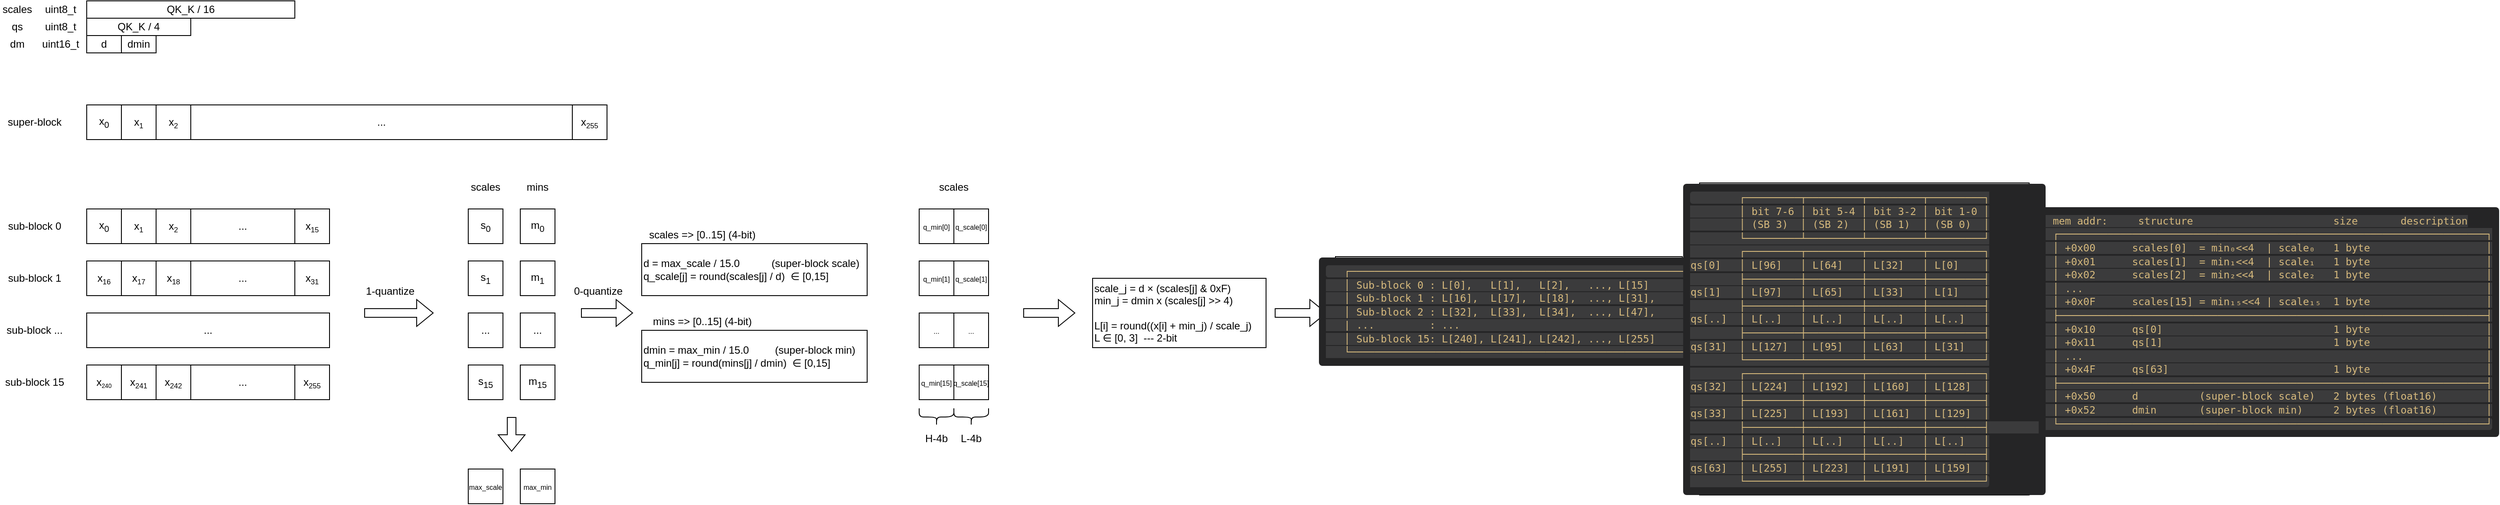
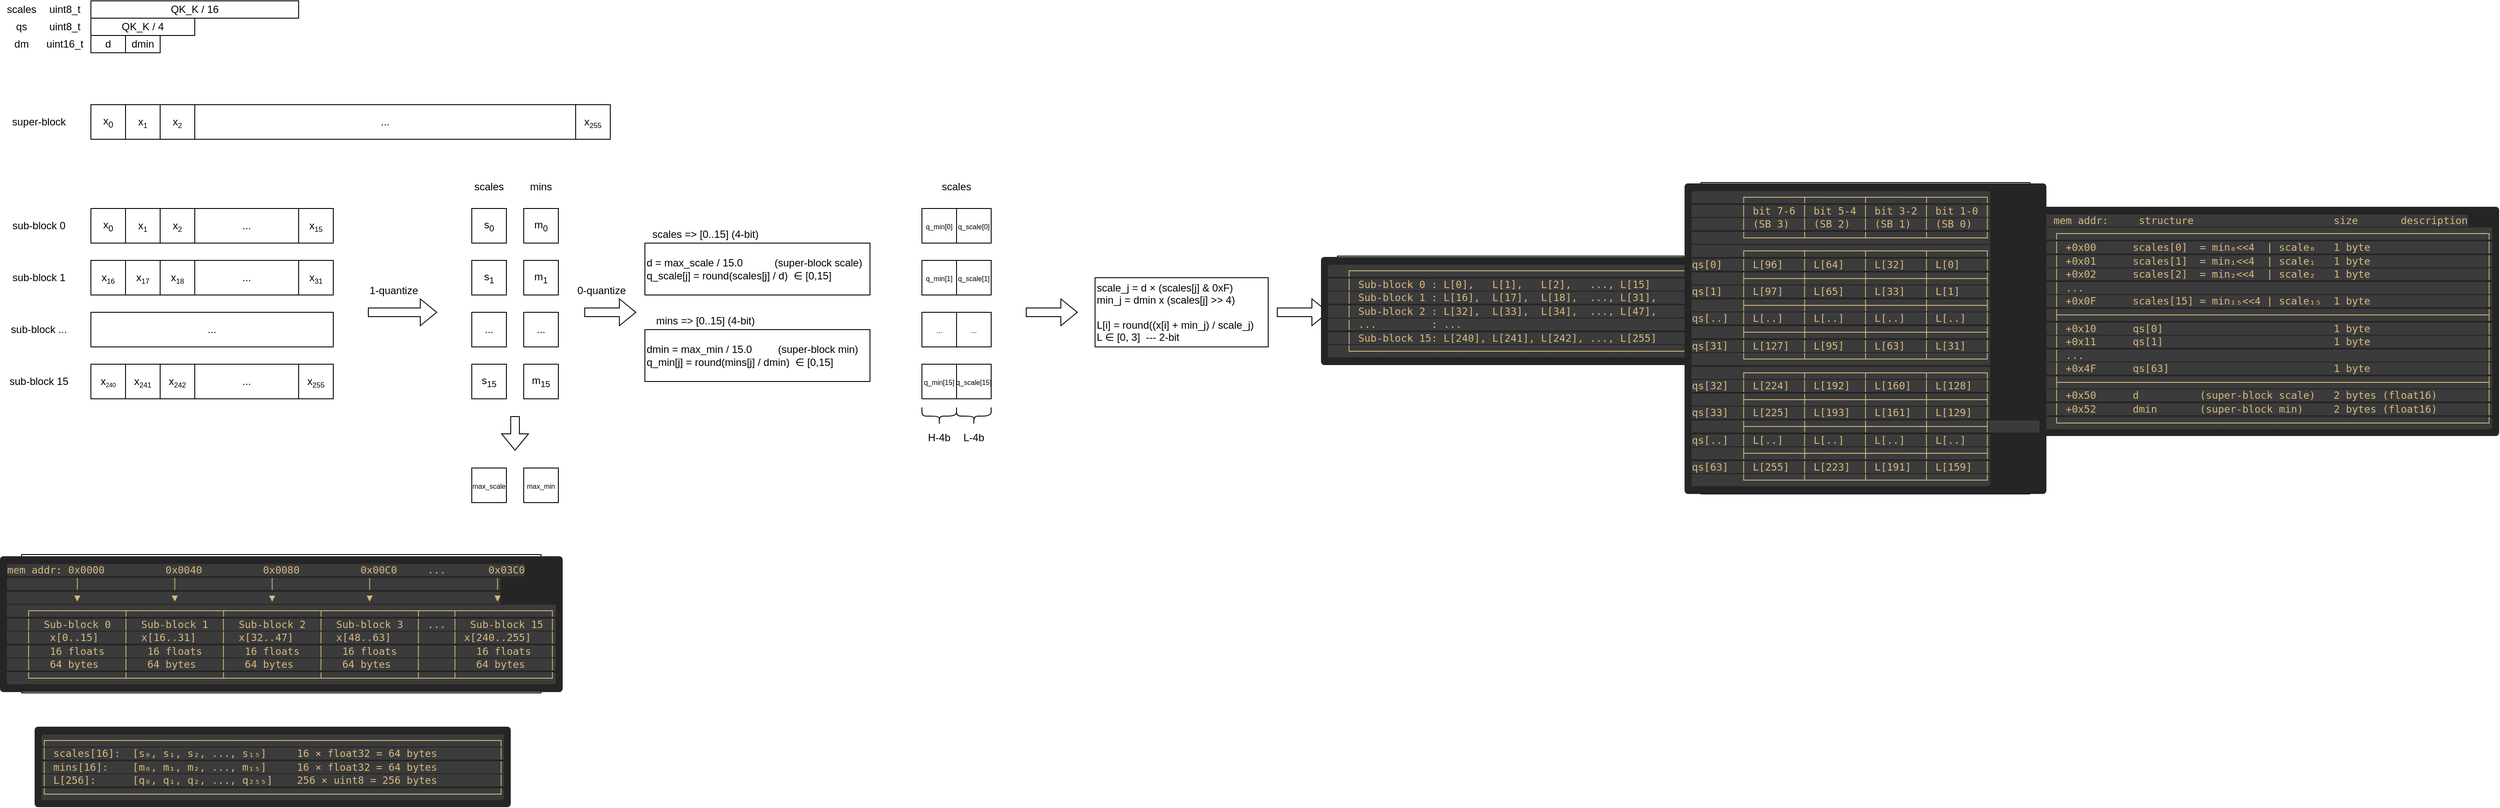
<mxfile host="app.diagrams.net">
  <diagram name="第 1 页" id="Si2-Z7cCXZd2prBrh_IV">
    <mxGraphModel dx="738" dy="1626" grid="1" gridSize="10" guides="1" tooltips="1" connect="1" arrows="1" fold="1" page="1" pageScale="1" pageWidth="827" pageHeight="1169" math="0" shadow="0">
      <root>
        <mxCell id="0" />
        <mxCell id="1" parent="0" />
        <mxCell id="sU8PSUKhDcx1YNUkFXAb-1" parent="1" style="rounded=0;whiteSpace=wrap;html=1;" value="x&lt;sub&gt;0&lt;/sub&gt;" vertex="1">
          <mxGeometry height="40" width="40" x="120" y="40" as="geometry" />
        </mxCell>
        <mxCell id="sU8PSUKhDcx1YNUkFXAb-2" parent="1" style="rounded=0;whiteSpace=wrap;html=1;" value="x&lt;span style=&quot;font-size: 10px;&quot;&gt;&lt;sub&gt;1&lt;/sub&gt;&lt;/span&gt;" vertex="1">
          <mxGeometry height="40" width="40" x="160" y="40" as="geometry" />
        </mxCell>
        <mxCell id="sU8PSUKhDcx1YNUkFXAb-3" parent="1" style="rounded=0;whiteSpace=wrap;html=1;" value="x&lt;span style=&quot;font-size: 10px;&quot;&gt;&lt;sub&gt;2&lt;/sub&gt;&lt;/span&gt;" vertex="1">
          <mxGeometry height="40" width="40" x="200" y="40" as="geometry" />
        </mxCell>
        <mxCell id="sU8PSUKhDcx1YNUkFXAb-4" parent="1" style="rounded=0;whiteSpace=wrap;html=1;" value="..." vertex="1">
          <mxGeometry height="40" width="440" x="240" y="40" as="geometry" />
        </mxCell>
        <mxCell id="sU8PSUKhDcx1YNUkFXAb-5" parent="1" style="rounded=0;whiteSpace=wrap;html=1;" value="x&lt;span style=&quot;font-size: 10px;&quot;&gt;&lt;sub&gt;255&lt;/sub&gt;&lt;/span&gt;" vertex="1">
          <mxGeometry height="40" width="40" x="680" y="40" as="geometry" />
        </mxCell>
        <mxCell id="sU8PSUKhDcx1YNUkFXAb-6" parent="1" style="text;html=1;whiteSpace=wrap;strokeColor=none;fillColor=none;align=center;verticalAlign=middle;rounded=0;" value="super-block" vertex="1">
          <mxGeometry height="40" width="80" x="20" y="40" as="geometry" />
        </mxCell>
        <mxCell id="sU8PSUKhDcx1YNUkFXAb-7" parent="1" style="rounded=0;whiteSpace=wrap;html=1;" value="x&lt;sub&gt;0&lt;/sub&gt;" vertex="1">
          <mxGeometry height="40" width="40" x="120" y="160" as="geometry" />
        </mxCell>
        <mxCell id="sU8PSUKhDcx1YNUkFXAb-8" parent="1" style="rounded=0;whiteSpace=wrap;html=1;" value="x&lt;span style=&quot;font-size: 10px;&quot;&gt;&lt;sub&gt;1&lt;/sub&gt;&lt;/span&gt;" vertex="1">
          <mxGeometry height="40" width="40" x="160" y="160" as="geometry" />
        </mxCell>
        <mxCell id="sU8PSUKhDcx1YNUkFXAb-9" parent="1" style="rounded=0;whiteSpace=wrap;html=1;" value="x&lt;span style=&quot;font-size: 10px;&quot;&gt;&lt;sub&gt;2&lt;/sub&gt;&lt;/span&gt;" vertex="1">
          <mxGeometry height="40" width="40" x="200" y="160" as="geometry" />
        </mxCell>
        <mxCell id="sU8PSUKhDcx1YNUkFXAb-10" parent="1" style="rounded=0;whiteSpace=wrap;html=1;" value="..." vertex="1">
          <mxGeometry height="40" width="120" x="240" y="160" as="geometry" />
        </mxCell>
        <mxCell id="sU8PSUKhDcx1YNUkFXAb-11" parent="1" style="rounded=0;whiteSpace=wrap;html=1;" value="x&lt;span style=&quot;font-size: 10px;&quot;&gt;&lt;sub&gt;15&lt;/sub&gt;&lt;/span&gt;" vertex="1">
          <mxGeometry height="40" width="40" x="360" y="160" as="geometry" />
        </mxCell>
        <mxCell id="sU8PSUKhDcx1YNUkFXAb-12" parent="1" style="rounded=0;whiteSpace=wrap;html=1;" value="x&lt;span style=&quot;font-size: 10px;&quot;&gt;&lt;sub&gt;16&lt;/sub&gt;&lt;/span&gt;" vertex="1">
          <mxGeometry height="40" width="40" x="120" y="220" as="geometry" />
        </mxCell>
        <mxCell id="sU8PSUKhDcx1YNUkFXAb-13" parent="1" style="rounded=0;whiteSpace=wrap;html=1;" value="x&lt;span style=&quot;font-size: 10px;&quot;&gt;&lt;sub&gt;17&lt;/sub&gt;&lt;/span&gt;" vertex="1">
          <mxGeometry height="40" width="40" x="160" y="220" as="geometry" />
        </mxCell>
        <mxCell id="sU8PSUKhDcx1YNUkFXAb-14" parent="1" style="rounded=0;whiteSpace=wrap;html=1;" value="x&lt;span style=&quot;font-size: 10px;&quot;&gt;&lt;sub&gt;18&lt;/sub&gt;&lt;/span&gt;" vertex="1">
          <mxGeometry height="40" width="40" x="200" y="220" as="geometry" />
        </mxCell>
        <mxCell id="sU8PSUKhDcx1YNUkFXAb-15" parent="1" style="rounded=0;whiteSpace=wrap;html=1;" value="..." vertex="1">
          <mxGeometry height="40" width="120" x="240" y="220" as="geometry" />
        </mxCell>
        <mxCell id="sU8PSUKhDcx1YNUkFXAb-16" parent="1" style="rounded=0;whiteSpace=wrap;html=1;" value="x&lt;span style=&quot;font-size: 10px;&quot;&gt;&lt;sub&gt;31&lt;/sub&gt;&lt;/span&gt;" vertex="1">
          <mxGeometry height="40" width="40" x="360" y="220" as="geometry" />
        </mxCell>
        <mxCell id="sU8PSUKhDcx1YNUkFXAb-17" parent="1" style="rounded=0;whiteSpace=wrap;html=1;" value="..." vertex="1">
          <mxGeometry height="40" width="280" x="120" y="280" as="geometry" />
        </mxCell>
        <mxCell id="sU8PSUKhDcx1YNUkFXAb-18" parent="1" style="rounded=0;whiteSpace=wrap;html=1;" value="x&lt;span style=&quot;font-size: 8.33333px;&quot;&gt;&lt;sub&gt;240&lt;/sub&gt;&lt;/span&gt;" vertex="1">
          <mxGeometry height="40" width="40" x="120" y="340" as="geometry" />
        </mxCell>
        <mxCell id="sU8PSUKhDcx1YNUkFXAb-19" parent="1" style="rounded=0;whiteSpace=wrap;html=1;" value="x&lt;span style=&quot;font-size: 10px;&quot;&gt;&lt;sub&gt;241&lt;/sub&gt;&lt;/span&gt;" vertex="1">
          <mxGeometry height="40" width="40" x="160" y="340" as="geometry" />
        </mxCell>
        <mxCell id="sU8PSUKhDcx1YNUkFXAb-20" parent="1" style="rounded=0;whiteSpace=wrap;html=1;" value="x&lt;span style=&quot;font-size: 10px;&quot;&gt;&lt;sub&gt;242&lt;/sub&gt;&lt;/span&gt;" vertex="1">
          <mxGeometry height="40" width="40" x="200" y="340" as="geometry" />
        </mxCell>
        <mxCell id="sU8PSUKhDcx1YNUkFXAb-21" parent="1" style="rounded=0;whiteSpace=wrap;html=1;" value="..." vertex="1">
          <mxGeometry height="40" width="120" x="240" y="340" as="geometry" />
        </mxCell>
        <mxCell id="sU8PSUKhDcx1YNUkFXAb-22" parent="1" style="rounded=0;whiteSpace=wrap;html=1;" value="x&lt;span style=&quot;font-size: 10px;&quot;&gt;&lt;sub&gt;255&lt;/sub&gt;&lt;/span&gt;" vertex="1">
          <mxGeometry height="40" width="40" x="360" y="340" as="geometry" />
        </mxCell>
        <mxCell id="sU8PSUKhDcx1YNUkFXAb-23" parent="1" style="text;html=1;whiteSpace=wrap;strokeColor=none;fillColor=none;align=center;verticalAlign=middle;rounded=0;" value="sub-block 0" vertex="1">
          <mxGeometry height="40" width="80" x="20" y="160" as="geometry" />
        </mxCell>
        <mxCell id="sU8PSUKhDcx1YNUkFXAb-24" parent="1" style="text;html=1;whiteSpace=wrap;strokeColor=none;fillColor=none;align=center;verticalAlign=middle;rounded=0;" value="sub-block 1" vertex="1">
          <mxGeometry height="40" width="80" x="20" y="220" as="geometry" />
        </mxCell>
        <mxCell id="sU8PSUKhDcx1YNUkFXAb-25" parent="1" style="text;html=1;whiteSpace=wrap;strokeColor=none;fillColor=none;align=center;verticalAlign=middle;rounded=0;" value="sub-block 15" vertex="1">
          <mxGeometry height="40" width="80" x="20" y="340" as="geometry" />
        </mxCell>
        <mxCell id="sU8PSUKhDcx1YNUkFXAb-26" parent="1" style="text;html=1;whiteSpace=wrap;strokeColor=none;fillColor=none;align=center;verticalAlign=middle;rounded=0;" value="sub-block ..." vertex="1">
          <mxGeometry height="40" width="80" x="20" y="280" as="geometry" />
        </mxCell>
        <mxCell id="sU8PSUKhDcx1YNUkFXAb-27" parent="1" style="rounded=0;whiteSpace=wrap;html=1;" value="QK_K / 16" vertex="1">
          <mxGeometry height="20" width="240" x="120" y="-80" as="geometry" />
        </mxCell>
        <mxCell id="sU8PSUKhDcx1YNUkFXAb-28" parent="1" style="rounded=0;whiteSpace=wrap;html=1;" value="QK_K / 4" vertex="1">
          <mxGeometry height="20" width="120" x="120" y="-60" as="geometry" />
        </mxCell>
        <mxCell id="sU8PSUKhDcx1YNUkFXAb-29" parent="1" style="rounded=0;whiteSpace=wrap;html=1;" value="d" vertex="1">
          <mxGeometry height="20" width="40" x="120" y="-40" as="geometry" />
        </mxCell>
        <mxCell id="sU8PSUKhDcx1YNUkFXAb-30" parent="1" style="rounded=0;whiteSpace=wrap;html=1;" value="dmin" vertex="1">
          <mxGeometry height="20" width="40" x="160" y="-40" as="geometry" />
        </mxCell>
        <mxCell id="sU8PSUKhDcx1YNUkFXAb-32" parent="1" style="text;html=1;whiteSpace=wrap;strokeColor=none;fillColor=none;align=center;verticalAlign=middle;rounded=0;" value="scales" vertex="1">
          <mxGeometry height="20" width="40" x="20" y="-80" as="geometry" />
        </mxCell>
        <mxCell id="sU8PSUKhDcx1YNUkFXAb-33" parent="1" style="text;html=1;whiteSpace=wrap;strokeColor=none;fillColor=none;align=center;verticalAlign=middle;rounded=0;" value="qs" vertex="1">
          <mxGeometry height="20" width="40" x="20" y="-60" as="geometry" />
        </mxCell>
        <mxCell id="sU8PSUKhDcx1YNUkFXAb-34" parent="1" style="text;html=1;whiteSpace=wrap;strokeColor=none;fillColor=none;align=center;verticalAlign=middle;rounded=0;" value="dm" vertex="1">
          <mxGeometry height="20" width="40" x="20" y="-40" as="geometry" />
        </mxCell>
        <mxCell id="sU8PSUKhDcx1YNUkFXAb-35" parent="1" style="text;html=1;whiteSpace=wrap;strokeColor=none;fillColor=none;align=center;verticalAlign=middle;rounded=0;" value="uint8_t" vertex="1">
          <mxGeometry height="20" width="60" x="60" y="-80" as="geometry" />
        </mxCell>
        <mxCell id="sU8PSUKhDcx1YNUkFXAb-36" parent="1" style="text;html=1;whiteSpace=wrap;strokeColor=none;fillColor=none;align=center;verticalAlign=middle;rounded=0;" value="uint8_t" vertex="1">
          <mxGeometry height="20" width="60" x="60" y="-60" as="geometry" />
        </mxCell>
        <mxCell id="sU8PSUKhDcx1YNUkFXAb-37" parent="1" style="text;html=1;whiteSpace=wrap;strokeColor=none;fillColor=none;align=center;verticalAlign=middle;rounded=0;" value="uint16_t" vertex="1">
          <mxGeometry height="20" width="60" x="60" y="-40" as="geometry" />
        </mxCell>
        <mxCell id="sU8PSUKhDcx1YNUkFXAb-38" edge="1" parent="1" style="shape=flexArrow;endArrow=classic;html=1;rounded=0;" value="">
          <mxGeometry height="50" relative="1" width="50" as="geometry">
            <mxPoint x="440" y="280" as="sourcePoint" />
            <mxPoint x="520" y="280" as="targetPoint" />
          </mxGeometry>
        </mxCell>
        <mxCell id="sU8PSUKhDcx1YNUkFXAb-39" parent="1" style="rounded=0;whiteSpace=wrap;html=1;" value="s&lt;sub&gt;0&lt;/sub&gt;" vertex="1">
          <mxGeometry height="40" width="40" x="560" y="160" as="geometry" />
        </mxCell>
        <mxCell id="sU8PSUKhDcx1YNUkFXAb-41" parent="1" style="rounded=0;whiteSpace=wrap;html=1;" value="s&lt;sub&gt;1&lt;/sub&gt;" vertex="1">
          <mxGeometry height="40" width="40" x="560" y="220" as="geometry" />
        </mxCell>
        <mxCell id="sU8PSUKhDcx1YNUkFXAb-42" parent="1" style="rounded=0;whiteSpace=wrap;html=1;" value="..." vertex="1">
          <mxGeometry height="40" width="40" x="560" y="280" as="geometry" />
        </mxCell>
        <mxCell id="sU8PSUKhDcx1YNUkFXAb-43" parent="1" style="rounded=0;whiteSpace=wrap;html=1;" value="s&lt;sub&gt;15&lt;/sub&gt;" vertex="1">
          <mxGeometry height="40" width="40" x="560" y="340" as="geometry" />
        </mxCell>
        <mxCell id="sU8PSUKhDcx1YNUkFXAb-44" parent="1" style="text;html=1;whiteSpace=wrap;strokeColor=none;fillColor=none;align=center;verticalAlign=middle;rounded=0;" value="scales" vertex="1">
          <mxGeometry height="30" width="60" x="550" y="120" as="geometry" />
        </mxCell>
        <mxCell id="sU8PSUKhDcx1YNUkFXAb-46" parent="1" style="rounded=0;whiteSpace=wrap;html=1;" value="m&lt;sub&gt;0&lt;/sub&gt;" vertex="1">
          <mxGeometry height="40" width="40" x="620" y="160" as="geometry" />
        </mxCell>
        <mxCell id="sU8PSUKhDcx1YNUkFXAb-47" parent="1" style="rounded=0;whiteSpace=wrap;html=1;" value="m&lt;sub&gt;1&lt;/sub&gt;" vertex="1">
          <mxGeometry height="40" width="40" x="620" y="220" as="geometry" />
        </mxCell>
        <mxCell id="sU8PSUKhDcx1YNUkFXAb-48" parent="1" style="rounded=0;whiteSpace=wrap;html=1;" value="..." vertex="1">
          <mxGeometry height="40" width="40" x="620" y="280" as="geometry" />
        </mxCell>
        <mxCell id="sU8PSUKhDcx1YNUkFXAb-49" parent="1" style="rounded=0;whiteSpace=wrap;html=1;" value="m&lt;sub&gt;15&lt;/sub&gt;" vertex="1">
          <mxGeometry height="40" width="40" x="620" y="340" as="geometry" />
        </mxCell>
        <mxCell id="sU8PSUKhDcx1YNUkFXAb-50" parent="1" style="text;html=1;whiteSpace=wrap;strokeColor=none;fillColor=none;align=center;verticalAlign=middle;rounded=0;" value="mins" vertex="1">
          <mxGeometry height="30" width="60" x="610" y="120" as="geometry" />
        </mxCell>
        <mxCell id="sU8PSUKhDcx1YNUkFXAb-52" edge="1" parent="1" style="shape=flexArrow;endArrow=classic;html=1;rounded=0;" value="">
          <mxGeometry height="50" relative="1" width="50" as="geometry">
            <mxPoint x="610" y="400" as="sourcePoint" />
            <mxPoint x="610" y="440" as="targetPoint" />
          </mxGeometry>
        </mxCell>
        <mxCell id="sU8PSUKhDcx1YNUkFXAb-53" parent="1" style="rounded=0;whiteSpace=wrap;html=1;" value="&lt;font style=&quot;font-size: 8px;&quot;&gt;max_scale&lt;/font&gt;" vertex="1">
          <mxGeometry height="40" width="40" x="560" y="460" as="geometry" />
        </mxCell>
        <mxCell id="sU8PSUKhDcx1YNUkFXAb-55" parent="1" style="rounded=0;whiteSpace=wrap;html=1;" value="&lt;font style=&quot;font-size: 8px;&quot;&gt;max_min&lt;/font&gt;" vertex="1">
          <mxGeometry height="40" width="40" x="620" y="460" as="geometry" />
        </mxCell>
        <mxCell id="sU8PSUKhDcx1YNUkFXAb-57" edge="1" parent="1" style="shape=flexArrow;endArrow=classic;html=1;rounded=0;" value="">
          <mxGeometry height="50" relative="1" width="50" as="geometry">
            <mxPoint x="690" y="280" as="sourcePoint" />
            <mxPoint x="750" y="280" as="targetPoint" />
          </mxGeometry>
        </mxCell>
        <mxCell id="sU8PSUKhDcx1YNUkFXAb-58" parent="1" style="whiteSpace=wrap;html=1;align=left;" value="d = max_scale / 15.0&amp;nbsp;&amp;nbsp; &amp;nbsp; &amp;nbsp; &amp;nbsp; &amp;nbsp; (super-block scale)&lt;br&gt;q_scale[j] = round(scales[j] / d)&amp;nbsp; ∈ [0,15]" vertex="1">
          <mxGeometry height="60" width="260" x="760" y="200" as="geometry" />
        </mxCell>
        <mxCell id="sU8PSUKhDcx1YNUkFXAb-59" parent="1" style="whiteSpace=wrap;html=1;align=left;" value="dmin = max_min / 15.0&amp;nbsp; &amp;nbsp; &amp;nbsp; &amp;nbsp; &amp;nbsp;(super-block min)&amp;nbsp;&lt;br&gt;q_min[j] = round(mins[j] / dmin)&amp;nbsp; ∈ [0,15]" vertex="1">
          <mxGeometry height="60" width="260" x="760" y="300" as="geometry" />
        </mxCell>
        <mxCell id="sU8PSUKhDcx1YNUkFXAb-61" parent="1" style="text;html=1;whiteSpace=wrap;strokeColor=none;fillColor=none;align=center;verticalAlign=middle;rounded=0;" value="scales =&amp;gt; [0..15] (4-bit)" vertex="1">
          <mxGeometry height="20" width="140" x="760" y="180" as="geometry" />
        </mxCell>
        <mxCell id="sU8PSUKhDcx1YNUkFXAb-62" parent="1" style="text;html=1;whiteSpace=wrap;strokeColor=none;fillColor=none;align=center;verticalAlign=middle;rounded=0;" value="mins =&amp;gt; [0..15] (4-bit)" vertex="1">
          <mxGeometry height="20" width="140" x="760" y="280" as="geometry" />
        </mxCell>
        <mxCell id="sU8PSUKhDcx1YNUkFXAb-63" parent="1" style="whiteSpace=wrap;html=1;" value="&lt;font style=&quot;font-size: 8px;&quot;&gt;q_min[0]&lt;/font&gt;" vertex="1">
          <mxGeometry height="40" width="40" x="1080" y="160" as="geometry" />
        </mxCell>
        <mxCell id="sU8PSUKhDcx1YNUkFXAb-65" parent="1" style="whiteSpace=wrap;html=1;" value="&lt;font style=&quot;font-size: 8px;&quot;&gt;q_scale[0]&lt;/font&gt;" vertex="1">
          <mxGeometry height="40" width="40" x="1120" y="160" as="geometry" />
        </mxCell>
        <mxCell id="sU8PSUKhDcx1YNUkFXAb-71" parent="1" style="text;html=1;whiteSpace=wrap;strokeColor=none;fillColor=none;align=center;verticalAlign=middle;rounded=0;" value="scales" vertex="1">
          <mxGeometry height="30" width="60" x="1090" y="120" as="geometry" />
        </mxCell>
        <mxCell id="sU8PSUKhDcx1YNUkFXAb-72" parent="1" style="whiteSpace=wrap;html=1;" value="&lt;font style=&quot;font-size: 8px;&quot;&gt;q_min[1]&lt;/font&gt;" vertex="1">
          <mxGeometry height="40" width="40" x="1080" y="220" as="geometry" />
        </mxCell>
        <mxCell id="sU8PSUKhDcx1YNUkFXAb-73" parent="1" style="whiteSpace=wrap;html=1;" value="&lt;font style=&quot;font-size: 8px;&quot;&gt;q_scale[1]&lt;/font&gt;" vertex="1">
          <mxGeometry height="40" width="40" x="1120" y="220" as="geometry" />
        </mxCell>
        <mxCell id="sU8PSUKhDcx1YNUkFXAb-74" parent="1" style="whiteSpace=wrap;html=1;" value="&lt;span style=&quot;font-size: 8px;&quot;&gt;...&lt;/span&gt;" vertex="1">
          <mxGeometry height="40" width="40" x="1080" y="280" as="geometry" />
        </mxCell>
        <mxCell id="sU8PSUKhDcx1YNUkFXAb-75" parent="1" style="whiteSpace=wrap;html=1;" value="&lt;font style=&quot;font-size: 8px;&quot;&gt;...&lt;/font&gt;" vertex="1">
          <mxGeometry height="40" width="40" x="1120" y="280" as="geometry" />
        </mxCell>
        <mxCell id="sU8PSUKhDcx1YNUkFXAb-76" parent="1" style="whiteSpace=wrap;html=1;" value="&lt;font style=&quot;font-size: 8px;&quot;&gt;q_min[15]&lt;/font&gt;" vertex="1">
          <mxGeometry height="40" width="40" x="1080" y="340" as="geometry" />
        </mxCell>
        <mxCell id="sU8PSUKhDcx1YNUkFXAb-77" parent="1" style="whiteSpace=wrap;html=1;" value="&lt;font style=&quot;font-size: 8px;&quot;&gt;q_scale[15]&lt;/font&gt;" vertex="1">
          <mxGeometry height="40" width="40" x="1120" y="340" as="geometry" />
        </mxCell>
        <mxCell id="sU8PSUKhDcx1YNUkFXAb-78" parent="1" style="shape=curlyBracket;whiteSpace=wrap;html=1;rounded=1;flipH=1;labelPosition=right;verticalLabelPosition=middle;align=left;verticalAlign=middle;legacyAnchorPoints=0;rotation=90;" value="" vertex="1">
          <mxGeometry height="40" width="20" x="1090" y="380" as="geometry" />
        </mxCell>
        <mxCell id="sU8PSUKhDcx1YNUkFXAb-79" parent="1" style="shape=curlyBracket;whiteSpace=wrap;html=1;rounded=1;flipH=1;labelPosition=right;verticalLabelPosition=middle;align=left;verticalAlign=middle;legacyAnchorPoints=0;rotation=90;" value="" vertex="1">
          <mxGeometry height="40" width="20" x="1130" y="380" as="geometry" />
        </mxCell>
        <mxCell id="sU8PSUKhDcx1YNUkFXAb-80" parent="1" style="text;html=1;whiteSpace=wrap;strokeColor=none;fillColor=none;align=center;verticalAlign=middle;rounded=0;" value="H-4b" vertex="1">
          <mxGeometry height="30" width="40" x="1080" y="410" as="geometry" />
        </mxCell>
        <mxCell id="sU8PSUKhDcx1YNUkFXAb-81" parent="1" style="text;html=1;whiteSpace=wrap;strokeColor=none;fillColor=none;align=center;verticalAlign=middle;rounded=0;" value="L-4b" vertex="1">
          <mxGeometry height="30" width="40" x="1120" y="410" as="geometry" />
        </mxCell>
        <mxCell id="sU8PSUKhDcx1YNUkFXAb-82" parent="1" style="text;html=1;whiteSpace=wrap;strokeColor=none;fillColor=none;align=center;verticalAlign=middle;rounded=0;" value="1-quantize" vertex="1">
          <mxGeometry height="30" width="80" x="430" y="240" as="geometry" />
        </mxCell>
        <mxCell id="sU8PSUKhDcx1YNUkFXAb-83" parent="1" style="text;html=1;whiteSpace=wrap;strokeColor=none;fillColor=none;align=center;verticalAlign=middle;rounded=0;" value="0-quantize" vertex="1">
          <mxGeometry height="30" width="60" x="680" y="240" as="geometry" />
        </mxCell>
        <mxCell id="sU8PSUKhDcx1YNUkFXAb-85" edge="1" parent="1" style="shape=flexArrow;endArrow=classic;html=1;rounded=0;" value="">
          <mxGeometry height="50" relative="1" width="50" as="geometry">
            <mxPoint x="1200" y="280" as="sourcePoint" />
            <mxPoint x="1260" y="280" as="targetPoint" />
          </mxGeometry>
        </mxCell>
        <mxCell id="sU8PSUKhDcx1YNUkFXAb-86" parent="1" style="rounded=0;whiteSpace=wrap;html=1;align=left;" value="scale_j = d × (scales[j] &amp;amp; 0xF)&lt;br&gt;min_j = dmin x (scales[j] &amp;gt;&amp;gt; 4)&lt;br&gt;&lt;br&gt;L[i] = round((x[i] + min_j) / scale_j)&lt;br&gt;L ∈ [0, 3]&amp;nbsp; --- 2-bit&amp;nbsp;" vertex="1">
          <mxGeometry height="80" width="200" x="1280" y="240" as="geometry" />
        </mxCell>
        <mxCell id="sU8PSUKhDcx1YNUkFXAb-87" edge="1" parent="1" style="shape=flexArrow;endArrow=classic;html=1;rounded=0;" value="">
          <mxGeometry height="50" relative="1" width="50" as="geometry">
            <mxPoint x="1490" y="280" as="sourcePoint" />
            <mxPoint x="1550" y="280" as="targetPoint" />
          </mxGeometry>
        </mxCell>
        <mxCell id="sU8PSUKhDcx1YNUkFXAb-156" parent="1" style="rounded=0;whiteSpace=wrap;html=1;" value="&lt;pre style=&quot;overflow-x: auto; box-sizing: border-box; border-radius: 4px; max-width: 100%; margin: 0px; padding: 8px; color: rgb(204, 204, 204); font-size: 13px; text-align: start; background-color: rgb(37, 37, 38);&quot;&gt;&lt;code style=&quot;color: rgb(215, 186, 125); background-color: rgba(255, 255, 255, 0.1); padding: 0px; border-radius: 3px; word-break: break-word; font-size: 0.9em;&quot;&gt;   mem addr:     structure                       size       description&lt;br&gt;   ┌──────────────────────────────────────────────────────────────────────┐&lt;br&gt;   │ +0x00      scales[0]  = min₀&amp;lt;&amp;lt;4  | scale₀   1 byte                   │&lt;br&gt;   │ +0x01      scales[1]  = min₁&amp;lt;&amp;lt;4  | scale₁   1 byte                   │&lt;br&gt;   │ +0x02      scales[2]  = min₂&amp;lt;&amp;lt;4  | scale₂   1 byte                   │&lt;br&gt;   │ ...                                                                  │&lt;br&gt;   │ +0x0F      scales[15] = min₁₅&amp;lt;&amp;lt;4 | scale₁₅  1 byte                   │&lt;br&gt;   ├──────────────────────────────────────────────────────────────────────┤&lt;br&gt;   │ +0x10      qs[0]                            1 byte                   │&lt;br&gt;   │ +0x11      qs[1]                            1 byte                   │&lt;br&gt;   │ ...                                                                  │&lt;br&gt;   │ +0x4F      qs[63]                           1 byte                   │&lt;br&gt;   ├──────────────────────────────────────────────────────────────────────┤&lt;br&gt;   │ +0x50      d          (super-block scale)   2 bytes (float16)        │&lt;br&gt;   │ +0x52      dmin       (super-block min)     2 bytes (float16)        │&lt;br&gt;   └──────────────────────────────────────────────────────────────────────┘&lt;/code&gt;&lt;/pre&gt;" vertex="1">
          <mxGeometry height="60" width="160" x="2550" y="260" as="geometry" />
        </mxCell>
        <mxCell id="sU8PSUKhDcx1YNUkFXAb-157" parent="1" style="rounded=0;whiteSpace=wrap;html=1;" value="&lt;pre style=&quot;overflow-x: auto; box-sizing: border-box; border-radius: 4px; max-width: 100%; margin: 0px; padding: 8px; color: rgb(204, 204, 204); font-size: 13px; text-align: start; background-color: rgb(37, 37, 38);&quot;&gt;&lt;code style=&quot;color: rgb(215, 186, 125); background-color: rgba(255, 255, 255, 0.1); padding: 0px; border-radius: 3px; word-break: break-word; font-size: 0.9em;&quot;&gt;   ┌───────────────────────────────────────────────────────┐&lt;br&gt;   │ Sub-block 0 : L[0],   L[1],   L[2],   ..., L[15]      │&lt;br&gt;   │ Sub-block 1 : L[16],  L[17],  L[18],  ..., L[31],     │&lt;br&gt;   │ Sub-block 2 : L[32],  L[33],  L[34],  ..., L[47],     │&lt;br&gt;   | ...         : ...                                     │&lt;br&gt;   │ Sub-block 15: L[240], L[241], L[242], ..., L[255]     │&lt;br&gt;   └───────────────────────────────────────────────────────┘&lt;/code&gt;&lt;/pre&gt;" vertex="1">
          <mxGeometry height="125" width="400" x="1560" y="215" as="geometry" />
        </mxCell>
        <mxCell id="sU8PSUKhDcx1YNUkFXAb-159" parent="1" style="rounded=0;whiteSpace=wrap;html=1;" value="&lt;pre style=&quot;overflow-x: auto; box-sizing: border-box; border-radius: 4px; max-width: 100%; margin: 0px; padding: 8px; text-align: start; background-color: rgb(37, 37, 38); font-size: 13px; color: rgb(204, 204, 204);&quot;&gt;&lt;code style=&quot;color: rgb(215, 186, 125); background-color: rgba(255, 255, 255, 0.1); padding: 0px; border-radius: 3px; word-break: break-word; font-size: 0.9em;&quot;&gt;        ┌─────────┬─────────┬─────────┬─────────┐&lt;br&gt;        │ bit 7-6 │ bit 5-4 │ bit 3-2 │ bit 1-0 │&lt;br&gt;        │ (SB 3)  │ (SB 2)  │ (SB 1)  │ (SB 0)  │&lt;br&gt;        └─────────┴─────────┴─────────┴─────────┘&lt;br&gt;        ┌─────────┬─────────┬─────────┬─────────┐&lt;br&gt;qs[0]   │ L[96]   │ L[64]   │ L[32]   │ L[0]    │&lt;br&gt;        ├─────────┼─────────┼─────────┼─────────┤&lt;br&gt;qs[1]   │ L[97]   │ L[65]   │ L[33]   │ L[1]    │&lt;br&gt;        ├─────────┼─────────┼─────────┼─────────┤&lt;br&gt;qs[..]  │ L[..]   │ L[..]   │ L[..]   │ L[..]   │&lt;br&gt;        ├─────────┼─────────┼─────────┼─────────┤&lt;br&gt;qs[31]  │ L[127]  │ L[95]   │ L[63]   │ L[31]   │&lt;br&gt;        └─────────┴─────────┴─────────┴─────────┘&lt;br&gt;        ┌─────────┬─────────┬─────────┬─────────┐&lt;br&gt;qs[32]  │ L[224]  │ L[192]  │ L[160]  │ L[128]  │&lt;br&gt;        ├─────────┼─────────┼─────────┼─────────┤&lt;br&gt;qs[33]  │ L[225]  │ L[193]  │ L[161]  │ L[129]  │&lt;br&gt;        ├─────────┼─────────┼─────────┼─────────┤        &lt;br&gt;qs[..]  │ L[..]   │ L[..]   │ L[..]   │ L[..]   │&lt;br&gt;        ├─────────┼─────────┼─────────┼─────────┤&lt;br&gt;qs[63]  │ L[255]  │ L[223]  │ L[191]  │ L[159]  │&lt;br&gt;        └─────────┴─────────┴─────────┴─────────┘&lt;/code&gt;&lt;/pre&gt;" vertex="1">
          <mxGeometry height="360" width="380" x="1980" y="130" as="geometry" />
        </mxCell>
+         <mxCell id="sU8PSUKhDcx1YNUkFXAb-162" parent="1" style="rounded=0;whiteSpace=wrap;html=1;" value="&lt;pre style=&quot;overflow-x: auto; box-sizing: border-box; border-radius: 4px; max-width: 100%; margin: 0px; padding: 8px; color: rgb(204, 204, 204); font-size: 13px; text-align: start; background-color: rgb(37, 37, 38);&quot;&gt;&lt;code style=&quot;color: rgb(215, 186, 125); background-color: rgba(255, 255, 255, 0.1); padding: 0px; border-radius: 3px; word-break: break-word; font-size: 0.9em;&quot;&gt;mem addr: 0x0000          0x0040          0x0080          0x00C0     ...       0x03C0&lt;br&gt;           │               │               │               │                    │&lt;br&gt;           ▼               ▼               ▼               ▼                    ▼&lt;br&gt;   ┌───────────────┬───────────────┬───────────────┬───────────────┬─────┬───────────────┐&lt;br&gt;   │  Sub-block 0  │  Sub-block 1  │  Sub-block 2  │  Sub-block 3  │ ... │  Sub-block 15 │&lt;br&gt;   │   x[0..15]    │  x[16..31]    │  x[32..47]    │  x[48..63]    │     │ x[240..255]   │&lt;br&gt;   │   16 floats   │   16 floats   │   16 floats   │   16 floats   │     │   16 floats   │&lt;br&gt;   │   64 bytes    │   64 bytes    │   64 bytes    │   64 bytes    │     │   64 bytes    │&lt;br&gt;   └───────────────┴───────────────┴───────────────┴───────────────┴─────┴───────────────┘&lt;/code&gt;&lt;/pre&gt;" vertex="1">
+           <mxGeometry height="160" width="600" x="40" y="560" as="geometry" />
+         </mxCell>
+         <mxCell id="sU8PSUKhDcx1YNUkFXAb-163" parent="1" style="rounded=0;whiteSpace=wrap;html=1;" value="&lt;pre style=&quot;overflow-x: auto; box-sizing: border-box; border-radius: 4px; max-width: 100%; margin: 0px; padding: 8px; color: rgb(204, 204, 204); font-size: 13px; text-align: start; background-color: rgb(37, 37, 38);&quot;&gt;&lt;code style=&quot;color: rgb(215, 186, 125); background-color: rgba(255, 255, 255, 0.1); padding: 0px; border-radius: 3px; word-break: break-word; font-size: 0.9em;&quot;&gt;┌──────────────────────────────────────────────────────────────────────────┐&lt;br&gt;│ scales[16]:  [s₀, s₁, s₂, ..., s₁₅]     16 × float32 = 64 bytes          │&lt;br&gt;│ mins[16]:    [m₀, m₁, m₂, ..., m₁₅]     16 × float32 = 64 bytes          │&lt;br&gt;│ L[256]:      [q₀, q₁, q₂, ..., q₂₅₅]    256 × uint8 = 256 bytes          │&lt;br&gt;└──────────────────────────────────────────────────────────────────────────┘&lt;/code&gt;&lt;/pre&gt;" vertex="1">
+           <mxGeometry height="90" width="500" x="80" y="760" as="geometry" />
+         </mxCell>
      </root>
    </mxGraphModel>
  </diagram>
</mxfile>
